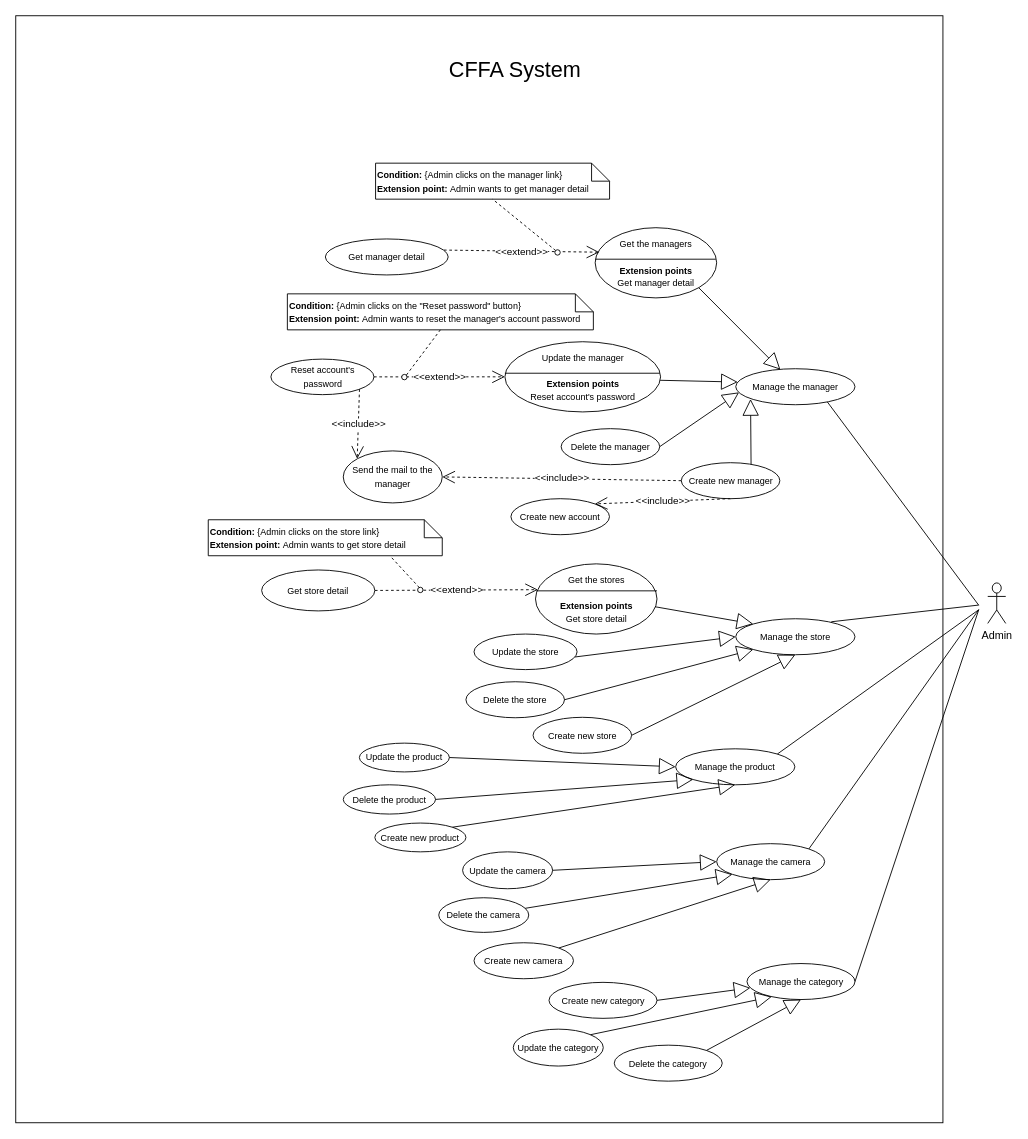
Earlier version of the draw.io diagram page "Admin" (4 of 5) of Users/HuuDN/UsecaseDiagram/UsecaseOverview.drawio (luannmdev/CapstoneDocument). Source tidied: cells renumbered, new cells numbered last; positions are measured from the earlier drawing's top-left corner, leaving out a move shared by most shapes. Both pictures are drawn from the tidied source at 90%, with x=0, y=0 at pixel (15, 15).
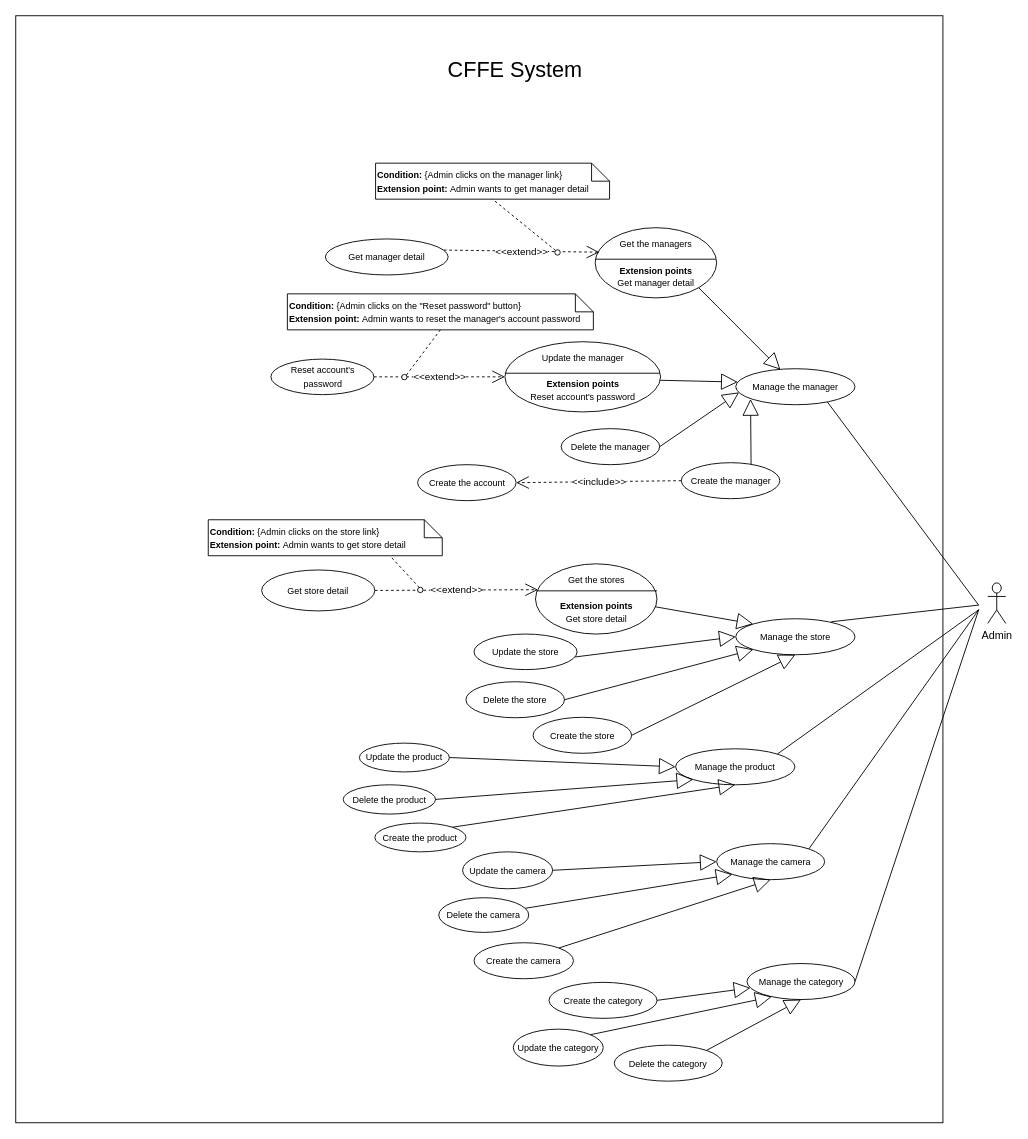
The same page after the edit.

Unchanged cells that the change refers to:
```xml
<mxCell id="60" value="&lt;span style=&quot;font-size: 10px&quot;&gt;Reset account's password&lt;/span&gt;" style="ellipse;whiteSpace=wrap;html=1;fillColor=#ffffff;gradientColor=none;" parent="1" vertex="1">
  <mxGeometry x="283.5" y="381.5" width="114.5" height="39.5" as="geometry" />
</mxCell>
```

Diff of the diagram source:
```diff
@@
-    <mxCell id="3" value="&lt;span style=&quot;font-size: 24px&quot;&gt;CFFA System&lt;/span&gt;" style="text;html=1;strokeColor=none;fillColor=none;align=center;verticalAlign=middle;whiteSpace=wrap;rounded=0;" parent="1" vertex="1">
+    <mxCell id="3" value="&lt;span style=&quot;font-size: 24px&quot;&gt;CFFE System&lt;/span&gt;" style="text;html=1;strokeColor=none;fillColor=none;align=center;verticalAlign=middle;whiteSpace=wrap;rounded=0;" parent="1" vertex="1">
       <mxGeometry x="390" y="50" width="330" height="20" as="geometry" />
     </mxCell>
@@
-    <mxCell id="5" value="&lt;font style=&quot;font-size: 10px&quot;&gt;Create new category&lt;/font&gt;" style="ellipse;whiteSpace=wrap;html=1;fillColor=#ffffff;gradientColor=none;" parent="1" vertex="1">
+    <mxCell id="5" value="&lt;font style=&quot;font-size: 10px&quot;&gt;Create the category&lt;/font&gt;" style="ellipse;whiteSpace=wrap;html=1;fillColor=#ffffff;gradientColor=none;" parent="1" vertex="1">
       <mxGeometry x="592.5" y="1074" width="120" height="40" as="geometry" />
     </mxCell>
@@
-    <mxCell id="19" value="&lt;span style=&quot;font-size: 10px&quot;&gt;Create new product&lt;/span&gt;" style="ellipse;whiteSpace=wrap;html=1;fillColor=#ffffff;gradientColor=none;" parent="1" vertex="1">
+    <mxCell id="19" value="&lt;span style=&quot;font-size: 10px&quot;&gt;Create the product&lt;/span&gt;" style="ellipse;whiteSpace=wrap;html=1;fillColor=#ffffff;gradientColor=none;" parent="1" vertex="1">
       <mxGeometry x="399" y="897" width="101.2" height="32" as="geometry" />
     </mxCell>
@@
-    <mxCell id="26" value="&lt;span style=&quot;font-size: 10px&quot;&gt;Create new&amp;nbsp;&lt;/span&gt;&lt;span style=&quot;font-size: 10px&quot;&gt;camera&lt;/span&gt;" style="ellipse;whiteSpace=wrap;html=1;fillColor=#ffffff;gradientColor=none;" parent="1" vertex="1">
+    <mxCell id="26" value="&lt;span style=&quot;font-size: 10px&quot;&gt;Create the&amp;nbsp;&lt;/span&gt;&lt;span style=&quot;font-size: 10px&quot;&gt;camera&lt;/span&gt;" style="ellipse;whiteSpace=wrap;html=1;fillColor=#ffffff;gradientColor=none;" parent="1" vertex="1">
       <mxGeometry x="509.2" y="1030" width="110.5" height="40" as="geometry" />
     </mxCell>
@@
-    <mxCell id="37" value="&lt;span style=&quot;font-size: 10px&quot;&gt;Create new manager&lt;/span&gt;" style="ellipse;whiteSpace=wrap;html=1;fillColor=#ffffff;gradientColor=none;" parent="1" vertex="1">
+    <mxCell id="37" value="&lt;span style=&quot;font-size: 10px&quot;&gt;Create the manager&lt;/span&gt;" style="ellipse;whiteSpace=wrap;html=1;fillColor=#ffffff;gradientColor=none;" parent="1" vertex="1">
       <mxGeometry x="739.5" y="496.6" width="109.5" height="40" as="geometry" />
     </mxCell>
@@
-    <mxCell id="50" value="&lt;span style=&quot;font-size: 10px&quot;&gt;Create new store&lt;/span&gt;" style="ellipse;whiteSpace=wrap;html=1;fillColor=#ffffff;gradientColor=none;" parent="1" vertex="1">
+    <mxCell id="50" value="&lt;span style=&quot;font-size: 10px&quot;&gt;Create the store&lt;/span&gt;" style="ellipse;whiteSpace=wrap;html=1;fillColor=#ffffff;gradientColor=none;" parent="1" vertex="1">
       <mxGeometry x="574.8" y="779.5" width="109.5" height="40" as="geometry" />
     </mxCell>
@@
-    <mxCell id="58" value="&lt;font style=&quot;font-size: 10px&quot;&gt;Send the mail to the manager&lt;/font&gt;" style="ellipse;whiteSpace=wrap;html=1;" parent="1" vertex="1">
-      <mxGeometry x="363.9" y="483.5" width="110" height="57.8" as="geometry" />
-    </mxCell>
-    <mxCell id="59" value="&lt;span style=&quot;font-size: 10px&quot;&gt;Create new account&lt;/span&gt;" style="ellipse;whiteSpace=wrap;html=1;fillColor=#ffffff;gradientColor=none;" parent="1" vertex="1">
-      <mxGeometry x="550.2" y="536.6" width="109.5" height="40" as="geometry" />
+    <mxCell id="59" value="&lt;span style=&quot;font-size: 10px&quot;&gt;Create the account&lt;/span&gt;" style="ellipse;whiteSpace=wrap;html=1;fillColor=#ffffff;gradientColor=none;" parent="1" vertex="1">
+      <mxGeometry x="446.5" y="498.8" width="109.5" height="40" as="geometry" />
     </mxCell>
@@
-    <mxCell id="61" value="&amp;lt;&amp;lt;include&amp;gt;&amp;gt;" style="endArrow=open;endSize=12;dashed=1;html=1;entryX=1;entryY=0;entryDx=0;entryDy=0;exitX=0.5;exitY=1;exitDx=0;exitDy=0;" parent="1" edge="1" source="37" target="59">
+    <mxCell id="61" value="&amp;lt;&amp;lt;include&amp;gt;&amp;gt;" style="endArrow=open;endSize=12;dashed=1;html=1;entryX=1;entryY=0.5;entryDx=0;entryDy=0;exitX=0;exitY=0.5;exitDx=0;exitDy=0;" parent="1" edge="1" source="37" target="59">
       <mxGeometry relative="1" as="geometry" />
     </mxCell>
@@
-    <mxCell id="70" value="&amp;lt;&amp;lt;include&amp;gt;&amp;gt;" style="endArrow=open;endSize=12;dashed=1;html=1;entryX=1;entryY=0.5;entryDx=0;entryDy=0;exitX=0;exitY=0.5;exitDx=0;exitDy=0;" parent="1" edge="1" source="37" target="58">
-      <mxGeometry relative="1" as="geometry" />
-    </mxCell>
-    <mxCell id="71" value="&amp;lt;&amp;lt;include&amp;gt;&amp;gt;" style="endArrow=open;endSize=12;dashed=1;html=1;entryX=0;entryY=0;entryDx=0;entryDy=0;exitX=1;exitY=1;exitDx=0;exitDy=0;" parent="1" edge="1" source="60" target="58">
-      <mxGeometry relative="1" as="geometry" />
-    </mxCell>
```
